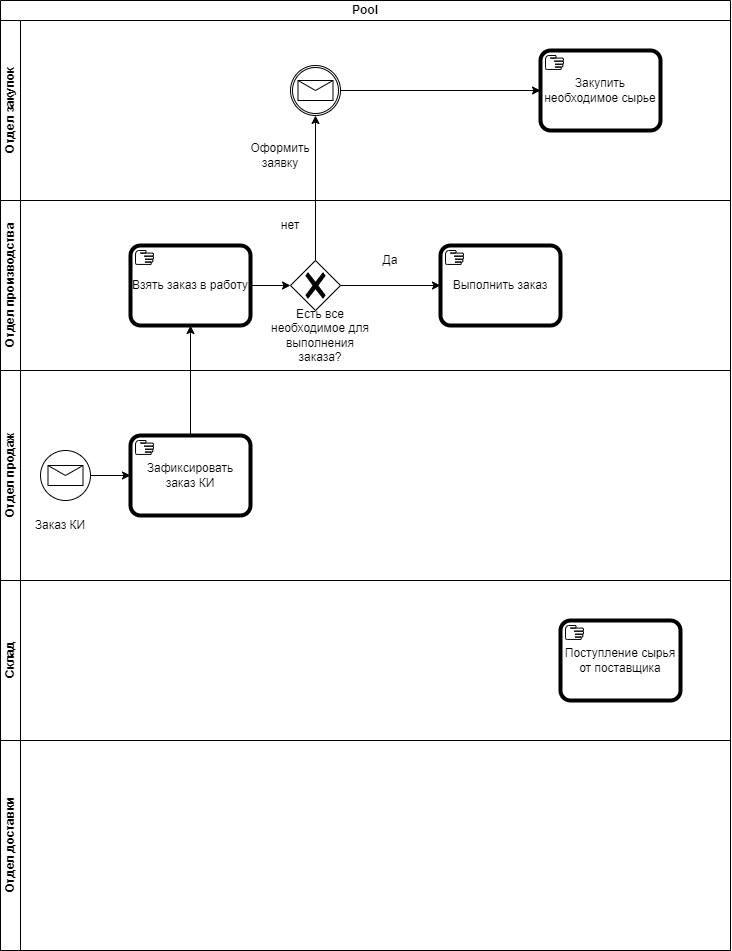
Above: BPMN.drawio.png in SofiyaBrodnikova/-educational (draw.io), before the change. Source tidied: cells renumbered, new cells last; positions are measured from the earlier drawing's top-left corner, leaving out a move shared by most shapes.
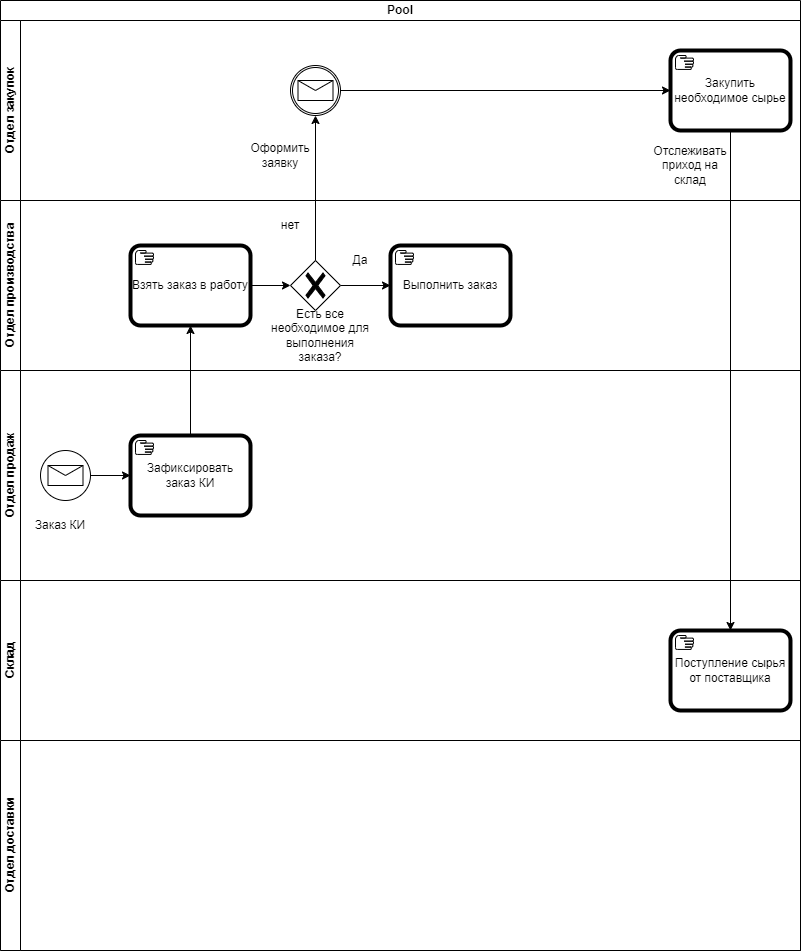
The same diagram one commit later.

Diff of the diagram source:
```diff
@@ -3,13 +3,13 @@
     <mxCell id="0" />
     <mxCell id="1" parent="0" />
     <mxCell id="2" value="Pool" style="swimlane;html=1;horizontal=1;startSize=20;whiteSpace=wrap;" parent="1" vertex="1">
-      <mxGeometry width="730" height="950" as="geometry" />
+      <mxGeometry width="800" height="950" as="geometry" />
     </mxCell>
     <mxCell id="3" value="Отдел закупок" style="swimlane;html=1;startSize=20;horizontal=0;" parent="2" vertex="1">
-      <mxGeometry y="20" width="730" height="180" as="geometry" />
+      <mxGeometry y="20" width="800" height="180" as="geometry" />
     </mxCell>
     <mxCell id="4" value="Закупить необходимое сырье" style="points=[[0.25,0,0],[0.5,0,0],[0.75,0,0],[1,0.25,0],[1,0.5,0],[1,0.75,0],[0.75,1,0],[0.5,1,0],[0.25,1,0],[0,0.75,0],[0,0.5,0],[0,0.25,0]];shape=mxgraph.bpmn.task2;whiteSpace=wrap;rectStyle=rounded;size=10;html=1;bpmnShapeType=call;taskMarker=manual;" parent="3" vertex="1">
-      <mxGeometry x="540" y="30" width="120" height="80" as="geometry" />
+      <mxGeometry x="670" y="30" width="120" height="80" as="geometry" />
     </mxCell>
     <mxCell id="5" style="points=[[0.145,0.145,0],[0.5,0,0],[0.855,0.145,0],[1,0.5,0],[0.855,0.855,0],[0.5,1,0],[0.145,0.855,0],[0,0.5,0]];shape=mxgraph.bpmn.event;html=1;verticalLabelPosition=bottom;labelBackgroundColor=#ffffff;verticalAlign=top;align=center;perimeter=ellipsePerimeter;outlineConnect=0;outline=catching;symbol=message;" parent="3" vertex="1">
       <mxGeometry x="290" y="45" width="50" height="50" as="geometry" />
@@ -17,11 +17,14 @@
     <mxCell id="6" value="Оформить заявку" style="text;strokeColor=none;align=center;fillColor=none;html=1;verticalAlign=middle;whiteSpace=wrap;rounded=0;" parent="3" vertex="1">
       <mxGeometry x="250" y="120" width="60" height="30" as="geometry" />
     </mxCell>
+    <mxCell id="27" value="Отслеживать приход на склад" style="text;strokeColor=none;align=center;fillColor=none;html=1;verticalAlign=middle;whiteSpace=wrap;rounded=0;" parent="3" vertex="1">
+      <mxGeometry x="660" y="130" width="60" height="30" as="geometry" />
+    </mxCell>
     <mxCell id="7" style="edgeStyle=orthogonalEdgeStyle;rounded=0;jettySize=auto;html=1;exitX=1;exitY=0.5;exitDx=0;exitDy=0;exitPerimeter=0;entryX=0;entryY=0.5;entryDx=0;entryDy=0;entryPerimeter=0;" parent="3" edge="1" source="5" target="4">
       <mxGeometry relative="1" as="geometry" />
     </mxCell>
     <mxCell id="8" value="Отдел производства" style="swimlane;html=1;startSize=20;horizontal=0;" parent="2" vertex="1">
-      <mxGeometry y="200" width="730" height="170" as="geometry" />
+      <mxGeometry y="200" width="800" height="170" as="geometry" />
     </mxCell>
     <mxCell id="9" value="Взять заказ в работу" style="points=[[0.25,0,0],[0.5,0,0],[0.75,0,0],[1,0.25,0],[1,0.5,0],[1,0.75,0],[0.75,1,0],[0.5,1,0],[0.25,1,0],[0,0.75,0],[0,0.5,0],[0,0.25,0]];shape=mxgraph.bpmn.task2;whiteSpace=wrap;rectStyle=rounded;size=10;html=1;bpmnShapeType=call;taskMarker=manual;" parent="8" vertex="1">
       <mxGeometry x="130" y="45" width="120" height="80" as="geometry" />
@@ -42,13 +45,13 @@
       <mxGeometry x="260" y="10" width="60" height="30" as="geometry" />
     </mxCell>
     <mxCell id="15" value="Выполнить заказ" style="points=[[0.25,0,0],[0.5,0,0],[0.75,0,0],[1,0.25,0],[1,0.5,0],[1,0.75,0],[0.75,1,0],[0.5,1,0],[0.25,1,0],[0,0.75,0],[0,0.5,0],[0,0.25,0]];shape=mxgraph.bpmn.task2;whiteSpace=wrap;rectStyle=rounded;size=10;html=1;bpmnShapeType=call;taskMarker=manual;" parent="8" vertex="1">
-      <mxGeometry x="440" y="45" width="120" height="80" as="geometry" />
+      <mxGeometry x="390" y="45" width="120" height="80" as="geometry" />
     </mxCell>
     <mxCell id="16" value="Да" style="text;strokeColor=none;align=center;fillColor=none;html=1;verticalAlign=middle;whiteSpace=wrap;rounded=0;" parent="8" vertex="1">
-      <mxGeometry x="360" y="45" width="60" height="30" as="geometry" />
+      <mxGeometry x="330" y="45" width="60" height="30" as="geometry" />
     </mxCell>
     <mxCell id="17" value="Отдел продаж" style="swimlane;html=1;startSize=20;horizontal=0;" parent="2" vertex="1">
-      <mxGeometry y="370" width="730" height="210" as="geometry" />
+      <mxGeometry y="370" width="800" height="210" as="geometry" />
     </mxCell>
     <mxCell id="18" value="Зафиксировать заказ КИ" style="points=[[0.25,0,0],[0.5,0,0],[0.75,0,0],[1,0.25,0],[1,0.5,0],[1,0.75,0],[0.75,1,0],[0.5,1,0],[0.25,1,0],[0,0.75,0],[0,0.5,0],[0,0.25,0]];shape=mxgraph.bpmn.task2;whiteSpace=wrap;rectStyle=rounded;size=10;html=1;bpmnShapeType=call;taskMarker=manual;" parent="17" vertex="1">
       <mxGeometry x="130" y="65" width="120" height="80" as="geometry" />
@@ -63,13 +66,13 @@
       <mxGeometry x="30" y="140" width="60" height="30" as="geometry" />
     </mxCell>
     <mxCell id="22" value="Склад" style="swimlane;html=1;startSize=20;horizontal=0;" parent="2" vertex="1">
-      <mxGeometry y="580" width="730" height="160" as="geometry" />
+      <mxGeometry y="580" width="800" height="160" as="geometry" />
     </mxCell>
     <mxCell id="23" value="Поступление сырья от поставщика" style="points=[[0.25,0,0],[0.5,0,0],[0.75,0,0],[1,0.25,0],[1,0.5,0],[1,0.75,0],[0.75,1,0],[0.5,1,0],[0.25,1,0],[0,0.75,0],[0,0.5,0],[0,0.25,0]];shape=mxgraph.bpmn.task2;whiteSpace=wrap;rectStyle=rounded;size=10;html=1;bpmnShapeType=call;taskMarker=manual;" parent="22" vertex="1">
-      <mxGeometry x="560" y="40" width="120" height="80" as="geometry" />
+      <mxGeometry x="670" y="50" width="120" height="80" as="geometry" />
     </mxCell>
     <mxCell id="24" value="Отдел доставки" style="swimlane;html=1;startSize=20;horizontal=0;" parent="2" vertex="1">
-      <mxGeometry y="740" width="730" height="210" as="geometry" />
+      <mxGeometry y="740" width="800" height="210" as="geometry" />
     </mxCell>
     <mxCell id="25" style="edgeStyle=orthogonalEdgeStyle;rounded=0;jettySize=auto;html=1;exitX=0.5;exitY=0;exitDx=0;exitDy=0;exitPerimeter=0;entryX=0.5;entryY=1;entryDx=0;entryDy=0;entryPerimeter=0;" parent="2" edge="1" source="18" target="9">
       <mxGeometry relative="1" as="geometry" />
@@ -77,5 +80,8 @@
     <mxCell id="26" style="edgeStyle=orthogonalEdgeStyle;rounded=0;jettySize=auto;html=1;exitX=0.5;exitY=0;exitDx=0;exitDy=0;exitPerimeter=0;" parent="2" edge="1" source="11" target="5">
       <mxGeometry relative="1" as="geometry" />
     </mxCell>
+    <mxCell id="28" style="edgeStyle=orthogonalEdgeStyle;rounded=0;jettySize=auto;html=1;exitX=0.5;exitY=1;exitDx=0;exitDy=0;exitPerimeter=0;entryX=0.5;entryY=0;entryDx=0;entryDy=0;entryPerimeter=0;" parent="2" edge="1" source="4" target="23">
+      <mxGeometry relative="1" as="geometry" />
+    </mxCell>
   </root>
 </mxGraphModel>
```
